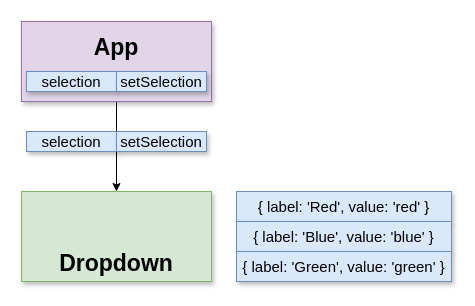
Before: page "03 - state" (5 of 20) of diagrams/widgets/02.drawio in HappySuzuki/redux-code, a draw.io diagram. Source tidied: cells renumbered, new cells numbered last; positions are measured from the earlier drawing's top-left corner, leaving out a move shared by most shapes. Both pictures are drawn from the tidied source at 100%, with x=0, y=0 at pixel (21, 21).
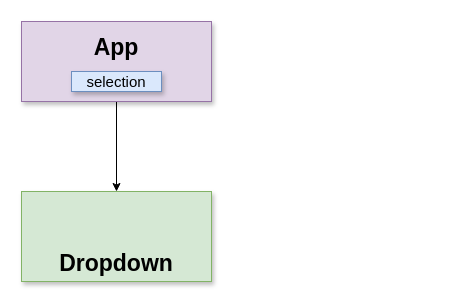
Above is the later version.

Change to the diagram source:
```diff
@@
 <mxGraphModel>
   <root>
     <mxCell id="0" />
     <mxCell id="1" parent="0" />
     <mxCell id="2" value="&lt;br&gt;&lt;br&gt;&lt;b&gt;Dropdown&lt;/b&gt;" style="rounded=0;whiteSpace=wrap;html=1;shadow=1;fontSize=23;align=center;fillColor=#d5e8d4;strokeColor=#82b366;" parent="1" vertex="1">
       <mxGeometry y="170" width="190" height="90" as="geometry" />
     </mxCell>
     <mxCell id="3" style="edgeStyle=orthogonalEdgeStyle;rounded=0;jettySize=auto;html=1;exitX=0.5;exitY=1;exitDx=0;exitDy=0;strokeWidth=1;fontSize=23;" parent="1" edge="1" source="4" target="2">
       <mxGeometry relative="1" as="geometry" />
     </mxCell>
     <mxCell id="4" value="App&lt;br&gt;&lt;br&gt;" style="rounded=0;whiteSpace=wrap;html=1;shadow=1;fontSize=23;align=center;fontStyle=1;fillColor=#e1d5e7;strokeColor=#9673a6;" parent="1" vertex="1">
       <mxGeometry width="190" height="80" as="geometry" />
     </mxCell>
     <mxCell id="5" value="selection" style="rounded=0;whiteSpace=wrap;html=1;shadow=1;fontSize=15;align=center;fillColor=#dae8fc;strokeColor=#6c8ebf;" parent="1" vertex="1">
-      <mxGeometry x="5" y="50" width="90" height="20" as="geometry" />
+      <mxGeometry x="50" y="50" width="90" height="20" as="geometry" />
     </mxCell>
-    <mxCell id="6" value="selection" style="rounded=0;whiteSpace=wrap;html=1;shadow=1;fontSize=15;align=center;fillColor=#dae8fc;strokeColor=#6c8ebf;" parent="1" vertex="1">
-      <mxGeometry x="5" y="110" width="90" height="20" as="geometry" />
-    </mxCell>
-    <mxCell id="7" value="{ label: 'Red', value: 'red' }" style="rounded=0;whiteSpace=wrap;html=1;shadow=1;fontSize=15;align=center;fillColor=#dae8fc;strokeColor=#6c8ebf;" parent="1" vertex="1">
-      <mxGeometry x="215" y="170" width="215" height="30" as="geometry" />
-    </mxCell>
-    <mxCell id="8" value="setSelection" style="rounded=0;whiteSpace=wrap;html=1;shadow=1;fontSize=15;align=center;fillColor=#dae8fc;strokeColor=#6c8ebf;" parent="1" vertex="1">
-      <mxGeometry x="95" y="50" width="90" height="20" as="geometry" />
-    </mxCell>
-    <mxCell id="9" value="{ label: 'Blue', value: 'blue' }" style="rounded=0;whiteSpace=wrap;html=1;shadow=1;fontSize=15;align=center;fillColor=#dae8fc;strokeColor=#6c8ebf;" parent="1" vertex="1">
-      <mxGeometry x="215" y="200" width="215" height="30" as="geometry" />
-    </mxCell>
-    <mxCell id="10" value="{ label: 'Green', value: 'green' }" style="rounded=0;whiteSpace=wrap;html=1;shadow=1;fontSize=15;align=center;fillColor=#dae8fc;strokeColor=#6c8ebf;" parent="1" vertex="1">
-      <mxGeometry x="215" y="230" width="215" height="30" as="geometry" />
-    </mxCell>
-    <mxCell id="11" value="setSelection" style="rounded=0;whiteSpace=wrap;html=1;shadow=1;fontSize=15;align=center;fillColor=#dae8fc;strokeColor=#6c8ebf;" parent="1" vertex="1">
-      <mxGeometry x="95" y="110" width="90" height="20" as="geometry" />
-    </mxCell>
   </root>
 </mxGraphModel>
```
